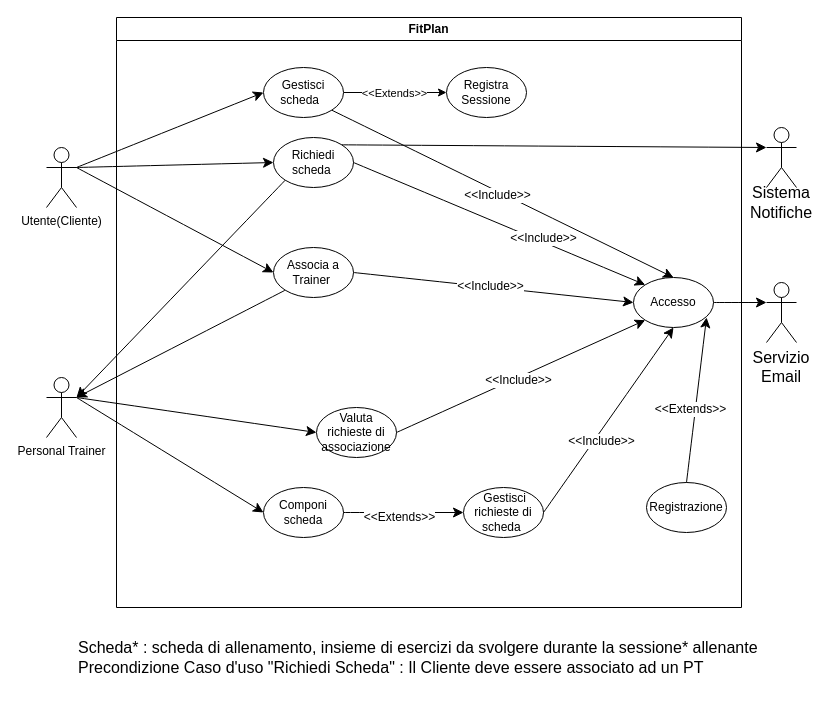
The draw.io diagram UseCaseDiagram/UseCaseDiagram.drawio in FedericoSib/FitPlan, before the edit. Source tidied: cells renumbered, new cells numbered last; positions are measured from the earlier drawing's top-left corner, leaving out a move shared by most shapes. Both pictures are drawn from the tidied source at 100%, with x=0, y=0 at pixel (46, 17).
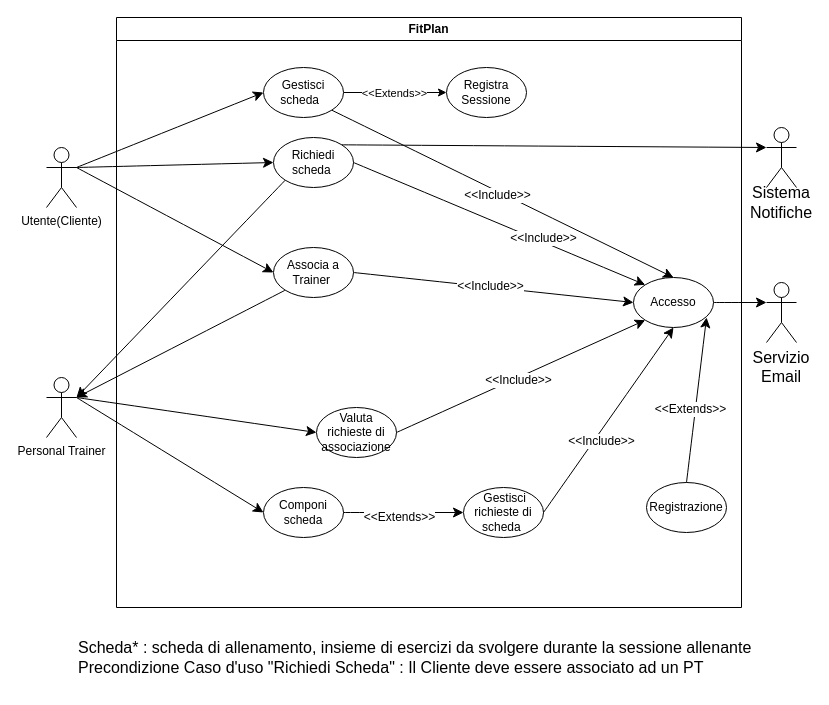
After the change.

What changed in the source:
```diff
@@
-    <mxCell id="36" value="&lt;div align=&quot;left&quot;&gt;Scheda* : scheda di allenamento, insieme di esercizi da svolgere durante la sessione* allenante&lt;/div&gt;&lt;div align=&quot;left&quot;&gt;Precondizione Caso d'uso &quot;Richiedi Scheda&quot; : Il Cliente deve essere associato ad un PT&lt;/div&gt;" style="text;html=1;whiteSpace=wrap;strokeColor=none;fillColor=none;align=left;verticalAlign=middle;rounded=0;fontSize=16;" parent="1" vertex="1">
+    <mxCell id="36" value="&lt;div align=&quot;left&quot;&gt;Scheda* : scheda di allenamento, insieme di esercizi da svolgere durante la sessione allenante&lt;/div&gt;&lt;div align=&quot;left&quot;&gt;Precondizione Caso d'uso &quot;Richiedi Scheda&quot; : Il Cliente deve essere associato ad un PT&lt;/div&gt;" style="text;html=1;whiteSpace=wrap;strokeColor=none;fillColor=none;align=left;verticalAlign=middle;rounded=0;fontSize=16;" parent="1" vertex="1">
       <mxGeometry x="30" y="610" width="690" height="60" as="geometry" />
     </mxCell>
```
